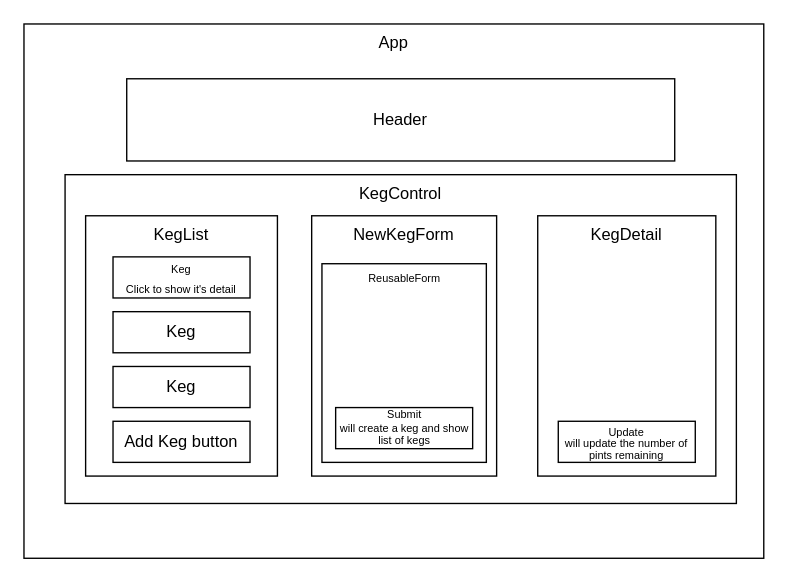
Earlier version of the draw.io diagram src/img/diagram.drawio (Frank-Proulx/w16-tap-room-react). Source tidied: cells renumbered, new cells numbered last; positions are measured from the earlier drawing's top-left corner, leaving out a move shared by most shapes. Both pictures are drawn from the tidied source at 137%, with x=0, y=0 at pixel (23, 23).
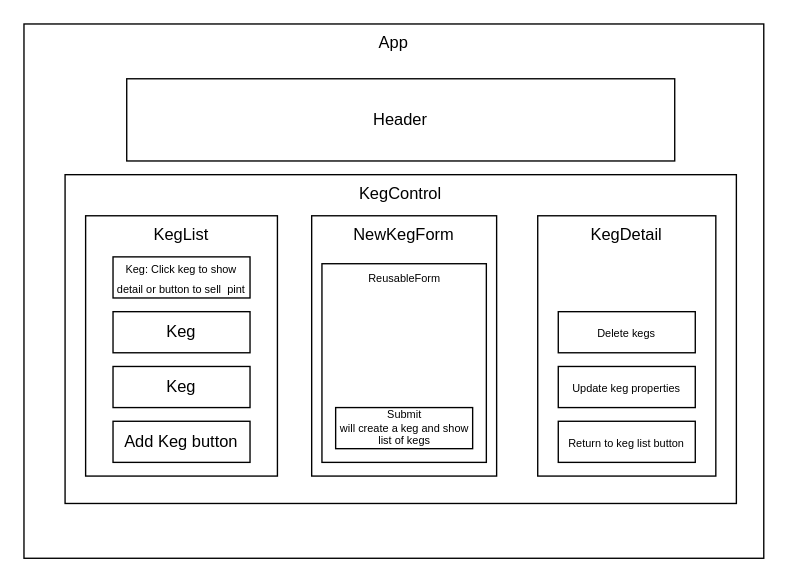
The same diagram, later.

Diff of the diagram source:
```diff
@@
 <mxGraphModel>
   <root>
     <mxCell id="0" />
     <mxCell id="1" parent="0" />
     <mxCell id="2" value="App" style="rounded=0;whiteSpace=wrap;html=1;verticalAlign=top;" parent="1" vertex="1">
       <mxGeometry width="540" height="390" as="geometry" />
     </mxCell>
     <mxCell id="3" value="Header" style="rounded=0;whiteSpace=wrap;html=1;" parent="1" vertex="1">
       <mxGeometry x="75" y="40" width="400" height="60" as="geometry" />
     </mxCell>
     <mxCell id="4" value="KegControl" style="rounded=0;whiteSpace=wrap;html=1;verticalAlign=top;" parent="1" vertex="1">
       <mxGeometry x="30" y="110" width="490" height="240" as="geometry" />
     </mxCell>
     <mxCell id="5" value="NewKegForm" style="rounded=0;whiteSpace=wrap;html=1;direction=west;verticalAlign=top;" parent="1" vertex="1">
       <mxGeometry x="210" y="140" width="135" height="190" as="geometry" />
     </mxCell>
     <mxCell id="6" value="KegList" style="rounded=0;whiteSpace=wrap;html=1;direction=west;verticalAlign=top;" parent="1" vertex="1">
       <mxGeometry x="45" y="140" width="140" height="190" as="geometry" />
     </mxCell>
     <mxCell id="7" value="KegDetail" style="rounded=0;whiteSpace=wrap;html=1;direction=west;verticalAlign=top;" parent="1" vertex="1">
       <mxGeometry x="375" y="140" width="130" height="190" as="geometry" />
     </mxCell>
-    <mxCell id="8" value="&lt;font style=&quot;font-size: 8px ; line-height: 1&quot;&gt;Keg&lt;br&gt;Click to show it's detail&lt;br&gt;&lt;/font&gt;" style="rounded=0;whiteSpace=wrap;html=1;" parent="1" vertex="1">
+    <mxCell id="8" value="&lt;font style=&quot;font-size: 8px ; line-height: 0.6&quot;&gt;Keg: Click keg to show detail or button to sell&amp;nbsp; pint&lt;br&gt;&lt;/font&gt;" style="rounded=0;whiteSpace=wrap;html=1;" parent="1" vertex="1">
       <mxGeometry x="65" y="170" width="100" height="30" as="geometry" />
     </mxCell>
     <mxCell id="9" value="Keg" style="rounded=0;whiteSpace=wrap;html=1;" parent="1" vertex="1">
       <mxGeometry x="65" y="210" width="100" height="30" as="geometry" />
     </mxCell>
     <mxCell id="10" value="Keg" style="rounded=0;whiteSpace=wrap;html=1;" parent="1" vertex="1">
       <mxGeometry x="65" y="250" width="100" height="30" as="geometry" />
     </mxCell>
     <mxCell id="11" value="Add Keg button" style="rounded=0;whiteSpace=wrap;html=1;" parent="1" vertex="1">
       <mxGeometry x="65" y="290" width="100" height="30" as="geometry" />
     </mxCell>
     <mxCell id="12" value="ReusableForm" style="rounded=0;whiteSpace=wrap;html=1;fontSize=8;verticalAlign=top;" parent="1" vertex="1">
       <mxGeometry x="217.5" y="175" width="120" height="145" as="geometry" />
     </mxCell>
     <mxCell id="13" value="Submit&lt;br style=&quot;font-size: 8px;&quot;&gt;will create a keg and show list of kegs&lt;br style=&quot;font-size: 8px;&quot;&gt;" style="rounded=0;whiteSpace=wrap;html=1;fontSize=8;" parent="1" vertex="1">
       <mxGeometry x="227.5" y="280" width="100" height="30" as="geometry" />
     </mxCell>
-    <mxCell id="14" value="&lt;p style=&quot;line-height: 0.7&quot;&gt;&lt;span style=&quot;font-size: 8px&quot;&gt;Update&lt;/span&gt;&lt;br style=&quot;font-size: 8px&quot;&gt;&lt;span style=&quot;font-size: 8px&quot;&gt;will update the number of pints remaining&lt;/span&gt;&lt;/p&gt;" style="rounded=0;whiteSpace=wrap;html=1;" parent="1" vertex="1">
-      <mxGeometry x="390" y="290" width="100" height="30" as="geometry" />
+    <mxCell id="14" value="&lt;p style=&quot;line-height: 0.7&quot;&gt;&lt;span style=&quot;font-size: 8px&quot;&gt;Update keg properties&lt;/span&gt;&lt;br&gt;&lt;/p&gt;" style="rounded=0;whiteSpace=wrap;html=1;" parent="1" vertex="1">
+      <mxGeometry x="390" y="250" width="100" height="30" as="geometry" />
     </mxCell>
+    <mxCell id="15" value="&lt;p style=&quot;line-height: 0.7&quot;&gt;&lt;span style=&quot;font-size: 8px&quot;&gt;Return to keg list button&lt;/span&gt;&lt;/p&gt;" style="rounded=0;whiteSpace=wrap;html=1;" parent="1" vertex="1">
+      <mxGeometry x="390" y="290" width="100" height="30" as="geometry" />
+    </mxCell>
+    <mxCell id="16" value="&lt;p style=&quot;line-height: 0.7&quot;&gt;&lt;span style=&quot;font-size: 8px&quot;&gt;Delete kegs&lt;/span&gt;&lt;/p&gt;" style="rounded=0;whiteSpace=wrap;html=1;" parent="1" vertex="1">
+      <mxGeometry x="390" y="210" width="100" height="30" as="geometry" />
+    </mxCell>
   </root>
 </mxGraphModel>
```
